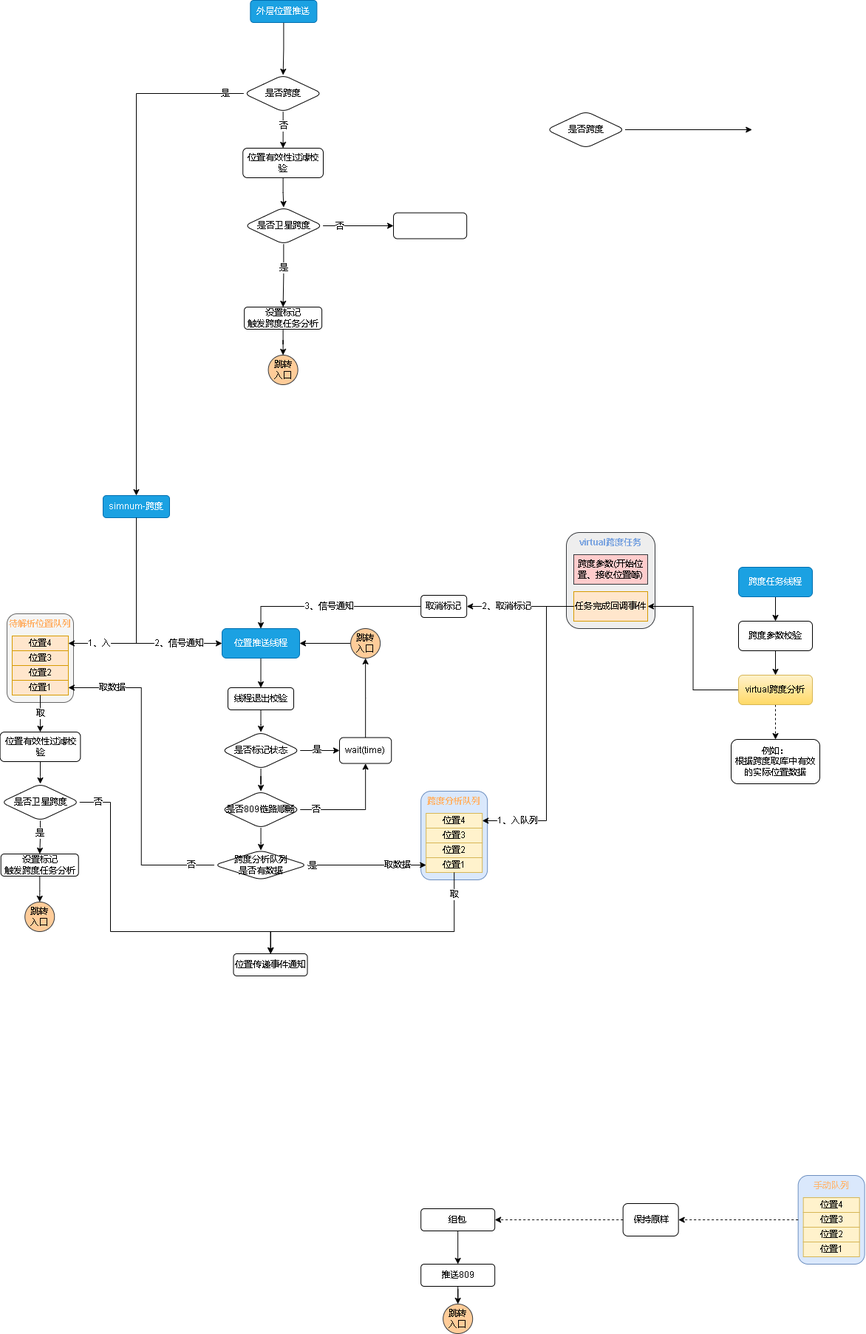
Earlier version of the draw.io export 809数据跨度.drawio.png (xktder/draw). Source tidied: cells renumbered, new cells last; positions are measured from the earlier drawing's top-left corner, leaving out a move shared by most shapes.
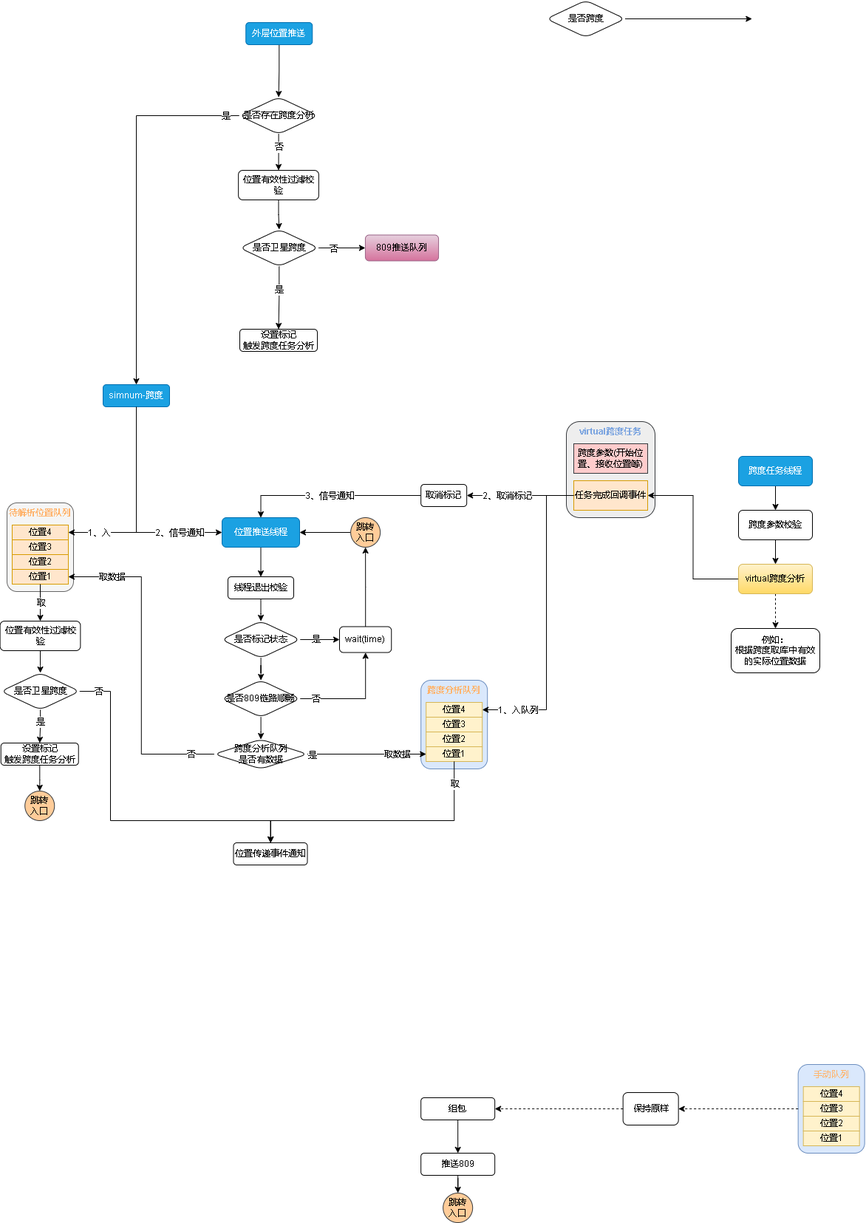
The same file after the commit.

Commit message:
更新809数据跨度.drawio.png

Diff of the diagram source:
```diff
@@ -317,7 +317,7 @@
       <mxGeometry relative="1" as="geometry" />
     </mxCell>
     <mxCell id="91" value="外层位置推送" style="rounded=1;whiteSpace=wrap;html=1;fillColor=#1ba1e2;fontColor=#ffffff;strokeColor=#006EAF;" parent="1" vertex="1">
-      <mxGeometry x="338.4" width="90" height="30" as="geometry" />
+      <mxGeometry x="332.3" y="180" width="90" height="30" as="geometry" />
     </mxCell>
     <mxCell id="92" style="edgeStyle=orthogonalEdgeStyle;rounded=0;jettySize=auto;html=1;fontColor=#7EA6E0;" parent="1" edge="1" source="93">
       <mxGeometry relative="1" as="geometry">
@@ -331,7 +331,7 @@
       <mxGeometry relative="1" as="geometry" />
     </mxCell>
     <mxCell id="95" value="位置有效性过滤校验" style="rounded=1;whiteSpace=wrap;html=1;fontFamily=Helvetica;fontSize=12;fontColor=default;align=center;strokeColor=default;fillColor=default;" parent="1" vertex="1">
-      <mxGeometry x="328.2" y="200" width="108.8" height="40" as="geometry" />
+      <mxGeometry x="322.1" y="380" width="108.8" height="40" as="geometry" />
     </mxCell>
     <mxCell id="96" style="edgeStyle=orthogonalEdgeStyle;rounded=0;jettySize=auto;html=1;fontColor=#000000;entryX=0.5;entryY=0;entryDx=0;entryDy=0;" parent="1" edge="1" source="100" target="102">
       <mxGeometry relative="1" as="geometry" />
@@ -344,21 +344,15 @@
     </mxCell>
     <mxCell id="99" value="否" style="edgeLabel;html=1;align=center;verticalAlign=middle;fontColor=#000000;" parent="98" vertex="1">
       <mxGeometry x="-0.73" y="-1" relative="1" as="geometry">
-        <mxPoint x="9" as="offset" />
+        <mxPoint x="11" as="offset" />
       </mxGeometry>
     </mxCell>
     <mxCell id="100" value="是否卫星跨度" style="rhombus;whiteSpace=wrap;html=1;fontColor=#000000;rounded=1;" parent="1" vertex="1">
-      <mxGeometry x="330.1" y="280" width="106.5" height="50" as="geometry" />
+      <mxGeometry x="324" y="460" width="106.5" height="50" as="geometry" />
     </mxCell>
-    <mxCell id="101" style="edgeStyle=orthogonalEdgeStyle;rounded=0;jettySize=auto;html=1;fontColor=#000000;" parent="1" edge="1" source="102" target="103">
-      <mxGeometry relative="1" as="geometry" />
-    </mxCell>
     <mxCell id="102" value="设置标记&lt;br&gt;触发跨度任务分析" style="rounded=1;whiteSpace=wrap;html=1;fontColor=#000000;" parent="1" vertex="1">
-      <mxGeometry x="330.1" y="415" width="105" height="30" as="geometry" />
+      <mxGeometry x="324" y="595" width="105" height="30" as="geometry" />
     </mxCell>
-    <mxCell id="103" value="跳转&lt;br&gt;入口" style="ellipse;whiteSpace=wrap;html=1;fillColor=#ffcc99;strokeColor=#36393d;" parent="1" vertex="1">
-      <mxGeometry x="362.6" y="480" width="40" height="40" as="geometry" />
-    </mxCell>
     <mxCell id="104" style="edgeStyle=orthogonalEdgeStyle;rounded=0;jettySize=auto;html=1;fontColor=#7EA6E0;" parent="1" edge="1" source="108" target="95">
       <mxGeometry relative="1" as="geometry" />
     </mxCell>
@@ -373,11 +367,11 @@
         <mxPoint y="2" as="offset" />
       </mxGeometry>
     </mxCell>
-    <mxCell id="108" value="是否跨度" style="rhombus;whiteSpace=wrap;html=1;fontColor=#000000;rounded=1;" parent="1" vertex="1">
-      <mxGeometry x="329.4" y="101" width="106.5" height="50" as="geometry" />
+    <mxCell id="108" value="是否存在跨度分析" style="rhombus;whiteSpace=wrap;html=1;fontColor=#000000;rounded=1;" parent="1" vertex="1">
+      <mxGeometry x="323.2" y="281" width="106.5" height="50" as="geometry" />
     </mxCell>
-    <mxCell id="109" style="whiteSpace=wrap;html=1;fontColor=#000000;rounded=1;" parent="1" vertex="1">
-      <mxGeometry x="532" y="287.5" width="99.1" height="35" as="geometry" />
+    <mxCell id="109" value="809推送队列" style="whiteSpace=wrap;html=1;rounded=1;fillColor=#e6d0de;gradientColor=#d5739d;strokeColor=#996185;" parent="1" vertex="1">
+      <mxGeometry x="493.9" y="467.5" width="99.1" height="35" as="geometry" />
     </mxCell>
   </root>
 </mxGraphModel>
```
